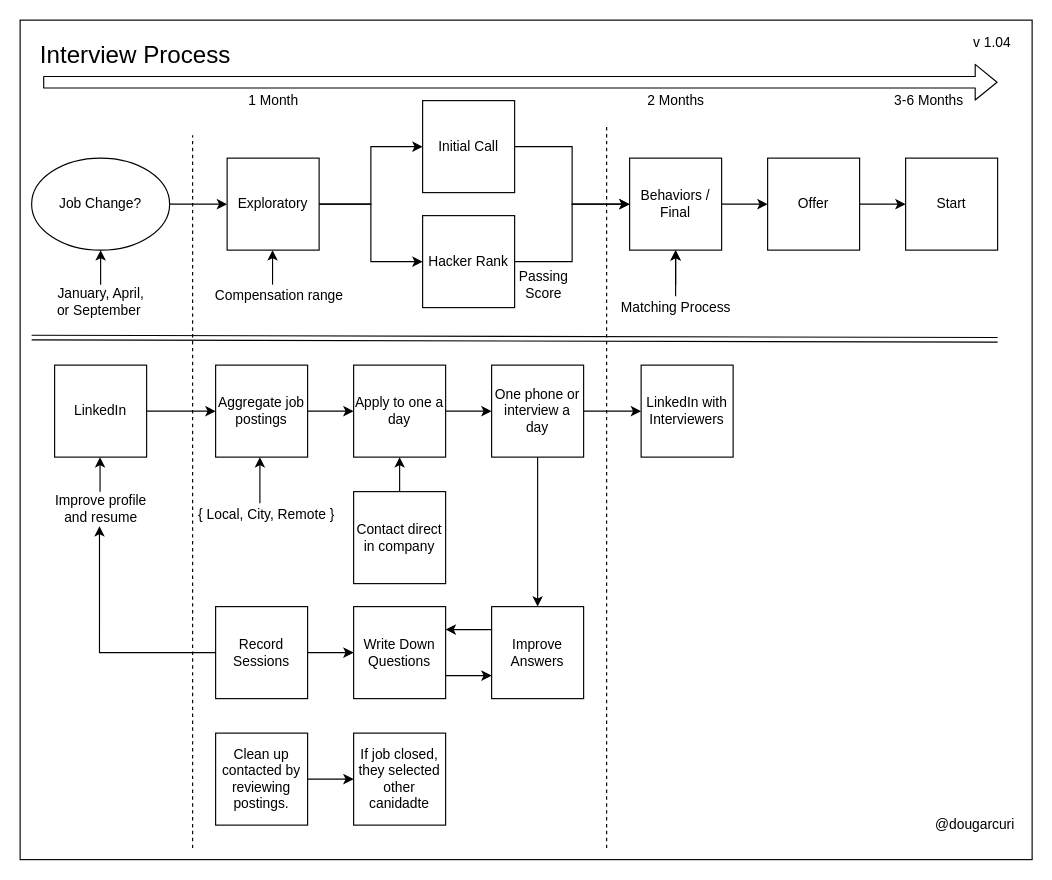
Above: interviews/diagrams/interviewing-process.drawio in solidi/learning-notes (draw.io), before the change. Source tidied: cells renumbered, new cells numbered last; positions are measured from the earlier drawing's top-left corner, leaving out a move shared by most shapes. Both pictures are drawn from the tidied source at 115%, with x=0, y=0 at pixel (20, 20).
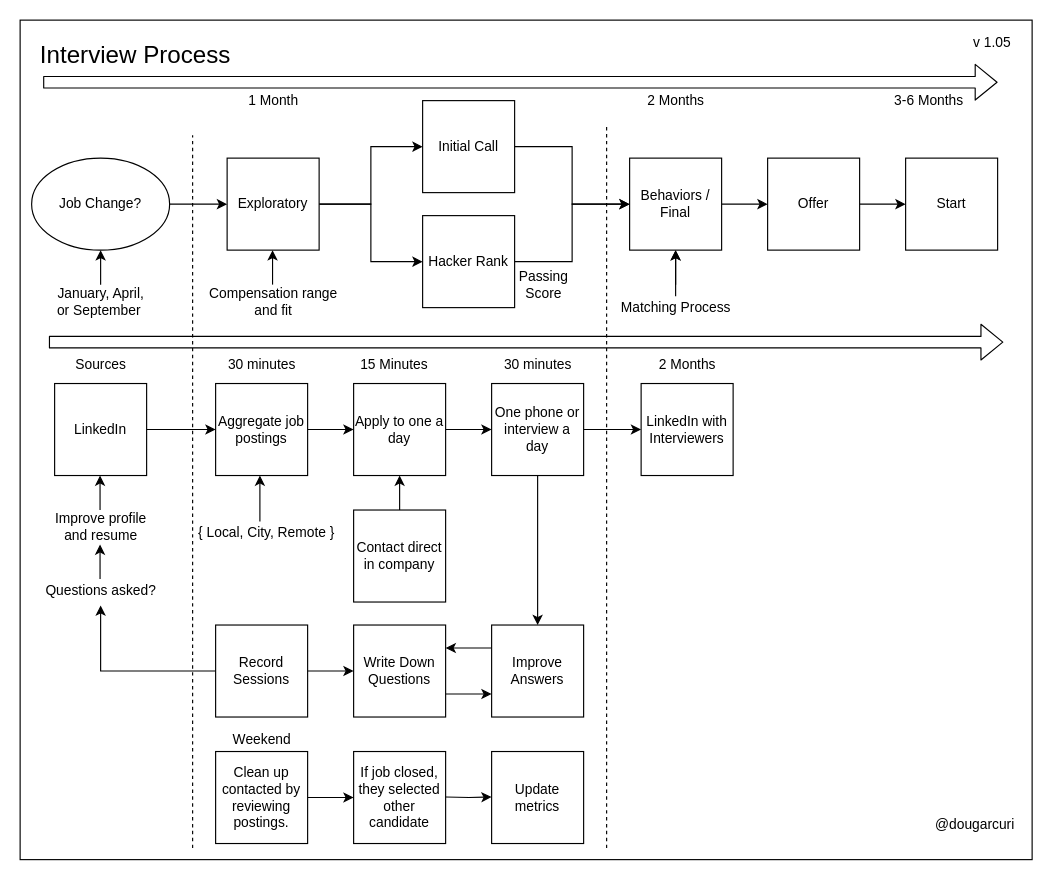
After the change.

Commit message (it also covers changes not shown here):
Add more meta around the interview loops

Change to the diagram source:
```diff
@@
-    <mxCell id="17" style="edgeStyle=orthogonalEdgeStyle;rounded=0;jettySize=auto;html=1;exitX=0;exitY=0.5;exitDx=0;exitDy=0;entryX=0.489;entryY=1;entryDx=0;entryDy=0;entryPerimeter=0;" parent="1" edge="1" source="18" target="60">
+    <mxCell id="17" style="edgeStyle=orthogonalEdgeStyle;rounded=0;jettySize=auto;html=1;exitX=0;exitY=0.5;exitDx=0;exitDy=0;entryX=0.5;entryY=1.15;entryDx=0;entryDy=0;entryPerimeter=0;" parent="1" edge="1" source="18" target="70">
       <mxGeometry relative="1" as="geometry" />
     </mxCell>
     <mxCell id="18" value="Record Sessions" style="whiteSpace=wrap;html=1;" parent="1" vertex="1">
-      <mxGeometry x="170" y="510" width="80" height="80" as="geometry" />
+      <mxGeometry x="170" y="526" width="80" height="80" as="geometry" />
     </mxCell>
@@
     <mxCell id="20" value="Improve Answers" style="whiteSpace=wrap;html=1;" parent="1" vertex="1">
-      <mxGeometry x="410" y="510" width="80" height="80" as="geometry" />
+      <mxGeometry x="410" y="526" width="80" height="80" as="geometry" />
     </mxCell>
-    <mxCell id="21" style="shape=link;html=1;" parent="1" edge="1">
-      <mxGeometry relative="1" as="geometry">
-        <mxPoint x="10" y="276" as="sourcePoint" />
-        <mxPoint x="850" y="278" as="targetPoint" />
-      </mxGeometry>
-    </mxCell>
     <mxCell id="22" style="edgeStyle=orthogonalEdgeStyle;rounded=0;jettySize=auto;html=1;" parent="1" edge="1" source="23">
       <mxGeometry relative="1" as="geometry">
-        <mxPoint x="290" y="340" as="targetPoint" />
+        <mxPoint x="290" y="356" as="targetPoint" />
       </mxGeometry>
     </mxCell>
     <mxCell id="23" value="Aggregate job postings" style="whiteSpace=wrap;html=1;" parent="1" vertex="1">
-      <mxGeometry x="170" y="300" width="80" height="80" as="geometry" />
+      <mxGeometry x="170" y="316" width="80" height="80" as="geometry" />
     </mxCell>
     <mxCell id="24" style="edgeStyle=orthogonalEdgeStyle;rounded=0;jettySize=auto;html=1;exitX=1;exitY=0.5;exitDx=0;exitDy=0;" parent="1" edge="1" source="25">
       <mxGeometry relative="1" as="geometry">
-        <mxPoint x="410" y="340" as="targetPoint" />
+        <mxPoint x="410" y="356" as="targetPoint" />
       </mxGeometry>
     </mxCell>
     <mxCell id="25" value="Apply to one a day" style="whiteSpace=wrap;html=1;" parent="1" vertex="1">
-      <mxGeometry x="290" y="300" width="80" height="80" as="geometry" />
+      <mxGeometry x="290" y="316" width="80" height="80" as="geometry" />
     </mxCell>
@@
     <mxCell id="27" value="One phone or interview a day" style="whiteSpace=wrap;html=1;" parent="1" vertex="1">
-      <mxGeometry x="410" y="300" width="80" height="80" as="geometry" />
+      <mxGeometry x="410" y="316" width="80" height="80" as="geometry" />
     </mxCell>
@@
     <mxCell id="35" value="Write Down Questions" style="whiteSpace=wrap;html=1;" parent="1" vertex="1">
-      <mxGeometry x="290" y="510" width="80" height="80" as="geometry" />
+      <mxGeometry x="290" y="526" width="80" height="80" as="geometry" />
     </mxCell>
     <mxCell id="36" value="LinkedIn with Interviewers" style="whiteSpace=wrap;html=1;" parent="1" vertex="1">
-      <mxGeometry x="540" y="300" width="80" height="80" as="geometry" />
+      <mxGeometry x="540" y="316" width="80" height="80" as="geometry" />
     </mxCell>
@@
     <mxCell id="38" value="LinkedIn" style="whiteSpace=wrap;html=1;" parent="1" vertex="1">
-      <mxGeometry x="30" y="300" width="80" height="80" as="geometry" />
+      <mxGeometry x="30" y="316" width="80" height="80" as="geometry" />
     </mxCell>
     <mxCell id="39" style="edgeStyle=orthogonalEdgeStyle;rounded=0;jettySize=auto;html=1;exitX=1;exitY=0.5;exitDx=0;exitDy=0;" parent="1" edge="1" source="40">
       <mxGeometry relative="1" as="geometry">
-        <mxPoint x="290" y="660" as="targetPoint" />
+        <mxPoint x="290" y="676" as="targetPoint" />
       </mxGeometry>
     </mxCell>
     <mxCell id="40" value="Clean up contacted by reviewing postings." style="whiteSpace=wrap;html=1;" parent="1" vertex="1">
-      <mxGeometry x="170" y="620" width="80" height="80" as="geometry" />
+      <mxGeometry x="170" y="636" width="80" height="80" as="geometry" />
     </mxCell>
-    <mxCell id="41" value="If job closed, they selected other canidadte" style="whiteSpace=wrap;html=1;" parent="1" vertex="1">
-      <mxGeometry x="290" y="620" width="80" height="80" as="geometry" />
+    <mxCell id="41" value="If job closed, they selected other candidate" style="whiteSpace=wrap;html=1;" parent="1" vertex="1">
+      <mxGeometry x="290" y="636" width="80" height="80" as="geometry" />
     </mxCell>
@@
     <mxCell id="43" value="Contact direct in company" style="whiteSpace=wrap;html=1;" parent="1" vertex="1">
-      <mxGeometry x="290" y="410" width="80" height="80" as="geometry" />
+      <mxGeometry x="290" y="426" width="80" height="80" as="geometry" />
     </mxCell>
@@
-    <mxCell id="52" value="v 1.04" style="text;html=1;align=center;verticalAlign=middle;" parent="1" vertex="1">
+    <mxCell id="52" value="v 1.05" style="text;html=1;align=center;verticalAlign=middle;" parent="1" vertex="1">
       <mxGeometry x="820" y="10" width="50" height="20" as="geometry" />
     </mxCell>
     <mxCell id="53" style="endArrow=classic;html=1;" parent="1" edge="1">
       <mxGeometry relative="1" as="geometry">
-        <mxPoint x="208.5" y="420" as="sourcePoint" />
-        <mxPoint x="208.5" y="380" as="targetPoint" />
+        <mxPoint x="208.5" y="436" as="sourcePoint" />
+        <mxPoint x="208.5" y="396" as="targetPoint" />
       </mxGeometry>
     </mxCell>
     <mxCell id="54" value="{ Local, City, Remote }" style="text;html=1;align=center;verticalAlign=middle;" parent="1" vertex="1">
-      <mxGeometry x="149" y="420" width="130" height="20" as="geometry" />
+      <mxGeometry x="149" y="436" width="130" height="20" as="geometry" />
     </mxCell>
@@
-    <mxCell id="57" value="Compensation range" style="text;html=1;align=center;verticalAlign=middle;" parent="1" vertex="1">
-      <mxGeometry x="160" y="230" width="130" height="20" as="geometry" />
+    <mxCell id="57" value="Compensation range&lt;br&gt;and fit" style="text;html=1;align=center;verticalAlign=middle;" parent="1" vertex="1">
+      <mxGeometry x="155" y="230" width="130" height="30" as="geometry" />
     </mxCell>
@@
     <mxCell id="59" style="endArrow=classic;html=1;" parent="1" edge="1">
       <mxGeometry relative="1" as="geometry">
-        <mxPoint x="69.5" y="410" as="sourcePoint" />
-        <mxPoint x="69.5" y="380" as="targetPoint" />
+        <mxPoint x="69.5" y="426" as="sourcePoint" />
+        <mxPoint x="69.5" y="396" as="targetPoint" />
       </mxGeometry>
     </mxCell>
     <mxCell id="60" value="Improve profile &lt;br&gt;and resume" style="text;html=1;align=center;verticalAlign=middle;points=[];" parent="1" vertex="1">
-      <mxGeometry x="25" y="410" width="90" height="30" as="geometry" />
+      <mxGeometry x="25" y="426" width="90" height="30" as="geometry" />
     </mxCell>
+    <mxCell id="61" style="shape=flexArrow;endArrow=classic;html=1;" parent="1" edge="1">
+      <mxGeometry relative="1" as="geometry">
+        <mxPoint x="25" y="280" as="sourcePoint" />
+        <mxPoint x="855" y="280" as="targetPoint" />
+      </mxGeometry>
+    </mxCell>
+    <mxCell id="62" value="30 minutes" style="text;html=1;align=center;verticalAlign=middle;" parent="1" vertex="1">
+      <mxGeometry x="175" y="290" width="70" height="20" as="geometry" />
+    </mxCell>
+    <mxCell id="63" value="15 Minutes" style="text;html=1;align=center;verticalAlign=middle;" parent="1" vertex="1">
+      <mxGeometry x="290" y="290" width="70" height="20" as="geometry" />
+    </mxCell>
+    <mxCell id="64" style="edgeStyle=orthogonalEdgeStyle;rounded=0;orthogonalLoop=1;jettySize=auto;html=1;exitX=1;exitY=0.5;exitDx=0;exitDy=0;" parent="1" edge="1">
+      <mxGeometry relative="1" as="geometry">
+        <mxPoint x="370" y="675.5" as="sourcePoint" />
+        <mxPoint x="410" y="675.5" as="targetPoint" />
+      </mxGeometry>
+    </mxCell>
+    <mxCell id="65" value="Update metrics" style="whiteSpace=wrap;html=1;" parent="1" vertex="1">
+      <mxGeometry x="410" y="636" width="80" height="80" as="geometry" />
+    </mxCell>
+    <mxCell id="66" value="Weekend" style="text;html=1;align=center;verticalAlign=middle;" parent="1" vertex="1">
+      <mxGeometry x="175" y="616" width="70" height="20" as="geometry" />
+    </mxCell>
+    <mxCell id="67" value="Sources" style="text;html=1;align=center;verticalAlign=middle;" parent="1" vertex="1">
+      <mxGeometry x="40" y="290" width="60" height="20" as="geometry" />
+    </mxCell>
+    <mxCell id="68" value="30 minutes" style="text;html=1;align=center;verticalAlign=middle;" parent="1" vertex="1">
+      <mxGeometry x="415" y="290" width="70" height="20" as="geometry" />
+    </mxCell>
+    <mxCell id="69" value="2 Months" style="text;html=1;align=center;verticalAlign=middle;" parent="1" vertex="1">
+      <mxGeometry x="550" y="290" width="60" height="20" as="geometry" />
+    </mxCell>
+    <mxCell id="70" value="Questions asked?" style="text;html=1;align=center;verticalAlign=middle;points=[];" parent="1" vertex="1">
+      <mxGeometry x="15" y="486" width="110" height="20" as="geometry" />
+    </mxCell>
+    <mxCell id="71" style="endArrow=classic;html=1;" parent="1" edge="1">
+      <mxGeometry relative="1" as="geometry">
+        <mxPoint x="69.5" y="486" as="sourcePoint" />
+        <mxPoint x="69.5" y="456" as="targetPoint" />
+      </mxGeometry>
+    </mxCell>
```
